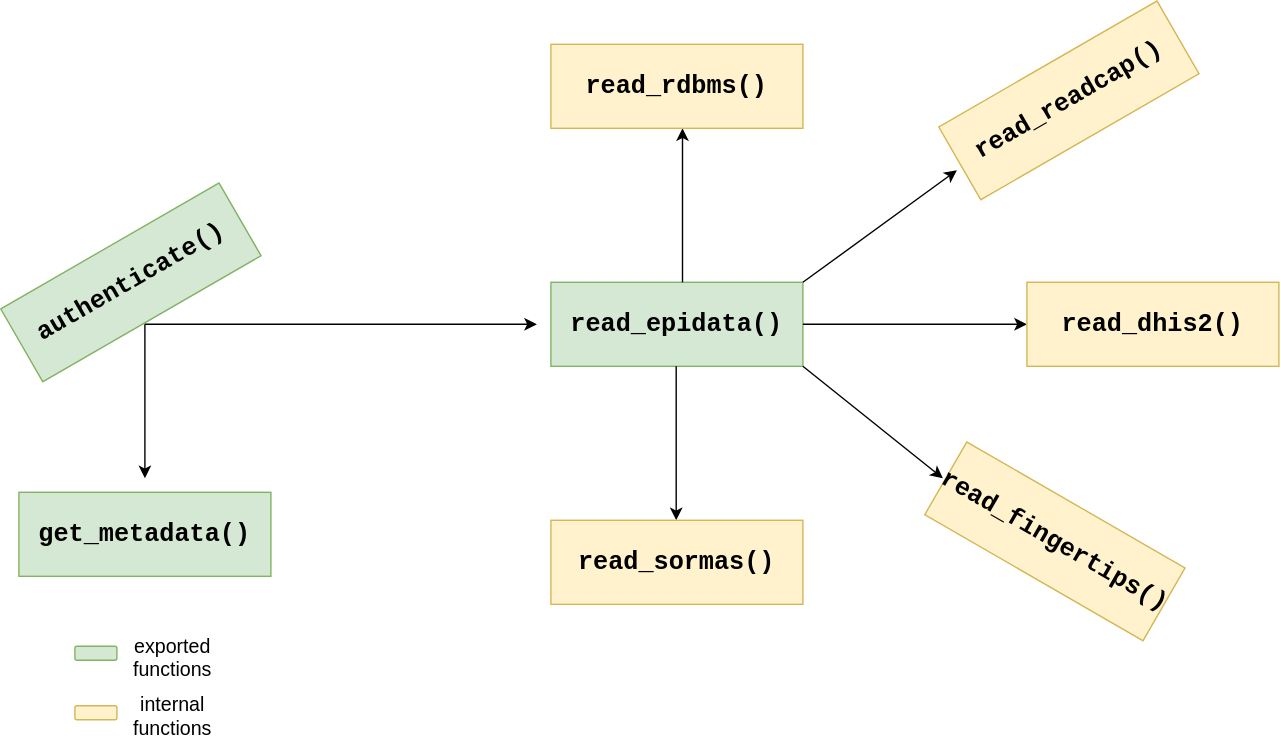
This is man/figures/readepi_design_diagram.drawio.svg from epiverse-trace/readepi, a draw.io export, as it was before one commit. Source tidied: cells renumbered, new cells last; positions are measured from the earlier drawing's top-left corner, leaving out a move shared by most shapes.
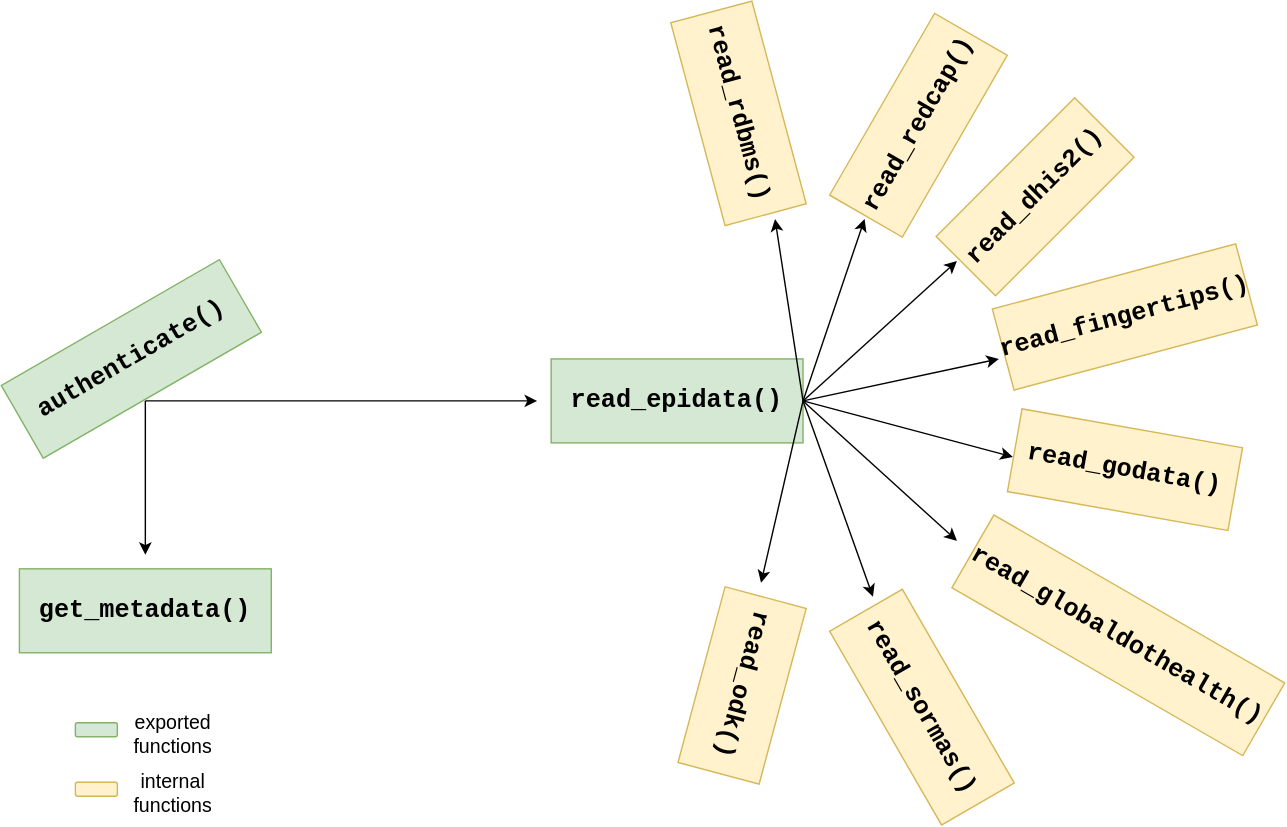
Above is the later version.

Commit message:
update design diagrams

What changed in the source:
```diff
@@ -28,48 +28,47 @@
     </mxCell>
     <mxCell id="8" style="endArrow=classic;html=1;rounded=0;" parent="1" edge="1">
       <mxGeometry relative="1" as="geometry">
-        <mxPoint x="479.5" y="230" as="sourcePoint" />
-        <mxPoint x="479.5" y="340" as="targetPoint" />
+        <mxPoint x="570" y="200" as="sourcePoint" />
+        <mxPoint x="620" y="340" as="targetPoint" />
       </mxGeometry>
     </mxCell>
     <mxCell id="9" style="endArrow=classic;html=1;rounded=0;" parent="1" edge="1">
       <mxGeometry relative="1" as="geometry">
-        <mxPoint x="570" y="230" as="sourcePoint" />
-        <mxPoint x="670" y="310" as="targetPoint" />
+        <mxPoint x="570" y="200" as="sourcePoint" />
+        <mxPoint x="710" y="170" as="targetPoint" />
       </mxGeometry>
     </mxCell>
     <mxCell id="10" style="endArrow=classic;html=1;rounded=0;" parent="1" edge="1">
       <mxGeometry relative="1" as="geometry">
         <mxPoint x="570" y="200" as="sourcePoint" />
-        <mxPoint x="730" y="200" as="targetPoint" />
+        <mxPoint x="680" y="100" as="targetPoint" />
       </mxGeometry>
     </mxCell>
-    <mxCell id="11" style="endArrow=classic;html=1;rounded=0;" parent="1" edge="1">
+    <mxCell id="11" style="endArrow=classic;html=1;rounded=0;exitX=1;exitY=0.5;exitDx=0;exitDy=0;" parent="1" edge="1" source="7">
       <mxGeometry relative="1" as="geometry">
-        <mxPoint x="570" y="170" as="sourcePoint" />
-        <mxPoint x="680" y="90" as="targetPoint" />
+        <mxPoint x="614" y="70" as="targetPoint" />
       </mxGeometry>
     </mxCell>
     <mxCell id="12" style="endArrow=classic;html=1;rounded=0;" parent="1" edge="1">
       <mxGeometry relative="1" as="geometry">
-        <mxPoint x="484" y="170" as="sourcePoint" />
-        <mxPoint x="484" y="60" as="targetPoint" />
+        <mxPoint x="570" y="200" as="sourcePoint" />
+        <mxPoint x="550" y="70" as="targetPoint" />
       </mxGeometry>
     </mxCell>
-    <mxCell id="13" value="&lt;font face=&quot;Courier New&quot; size=&quot;1&quot;&gt;&lt;b style=&quot;font-size: 18px;&quot;&gt;read_rdbms()&lt;/b&gt;&lt;/font&gt;" style="whiteSpace=wrap;html=1;align=center;verticalAlign=middle;newEdgeStyle={&quot;edgeStyle&quot;:&quot;elbowEdgeStyle&quot;,&quot;startArrow&quot;:&quot;none&quot;,&quot;endArrow&quot;:&quot;none&quot;};fillColor=#fff2cc;strokeColor=#d6b656;rotation=0;" parent="1" vertex="1">
-      <mxGeometry x="390" width="180" height="60" as="geometry" />
+    <mxCell id="13" value="&lt;font face=&quot;Courier New&quot; size=&quot;1&quot;&gt;&lt;b style=&quot;font-size: 18px;&quot;&gt;read_rdbms()&lt;/b&gt;&lt;/font&gt;" style="whiteSpace=wrap;html=1;align=center;verticalAlign=middle;newEdgeStyle={&quot;edgeStyle&quot;:&quot;elbowEdgeStyle&quot;,&quot;startArrow&quot;:&quot;none&quot;,&quot;endArrow&quot;:&quot;none&quot;};fillColor=#fff2cc;strokeColor=#d6b656;rotation=75;" parent="1" vertex="1">
+      <mxGeometry x="448.9" y="-35.5" width="150" height="60" as="geometry" />
     </mxCell>
-    <mxCell id="14" value="&lt;font face=&quot;Courier New&quot; size=&quot;1&quot;&gt;&lt;b style=&quot;font-size: 18px;&quot;&gt;read_sormas()&lt;/b&gt;&lt;/font&gt;" style="whiteSpace=wrap;html=1;align=center;verticalAlign=middle;newEdgeStyle={&quot;edgeStyle&quot;:&quot;elbowEdgeStyle&quot;,&quot;startArrow&quot;:&quot;none&quot;,&quot;endArrow&quot;:&quot;none&quot;};fillColor=#fff2cc;strokeColor=#d6b656;rotation=0;" parent="1" vertex="1">
-      <mxGeometry x="390" y="340" width="180" height="60" as="geometry" />
+    <mxCell id="14" value="&lt;font face=&quot;Courier New&quot; size=&quot;1&quot;&gt;&lt;b style=&quot;font-size: 18px;&quot;&gt;read_sormas()&lt;/b&gt;&lt;/font&gt;" style="whiteSpace=wrap;html=1;align=center;verticalAlign=middle;newEdgeStyle={&quot;edgeStyle&quot;:&quot;elbowEdgeStyle&quot;,&quot;startArrow&quot;:&quot;none&quot;,&quot;endArrow&quot;:&quot;none&quot;};fillColor=#fff2cc;strokeColor=#d6b656;rotation=60;" parent="1" vertex="1">
+      <mxGeometry x="575" y="388.8" width="160" height="60" as="geometry" />
     </mxCell>
-    <mxCell id="15" value="&lt;font face=&quot;Courier New&quot; size=&quot;1&quot;&gt;&lt;b style=&quot;font-size: 18px;&quot;&gt;read_dhis2()&lt;/b&gt;&lt;/font&gt;" style="whiteSpace=wrap;html=1;align=center;verticalAlign=middle;newEdgeStyle={&quot;edgeStyle&quot;:&quot;elbowEdgeStyle&quot;,&quot;startArrow&quot;:&quot;none&quot;,&quot;endArrow&quot;:&quot;none&quot;};fillColor=#fff2cc;strokeColor=#d6b656;rotation=0;" parent="1" vertex="1">
-      <mxGeometry x="730" y="170" width="180" height="60" as="geometry" />
+    <mxCell id="15" value="&lt;font face=&quot;Courier New&quot; size=&quot;1&quot;&gt;&lt;b style=&quot;font-size: 18px;&quot;&gt;read_dhis2()&lt;/b&gt;&lt;/font&gt;" style="whiteSpace=wrap;html=1;align=center;verticalAlign=middle;newEdgeStyle={&quot;edgeStyle&quot;:&quot;elbowEdgeStyle&quot;,&quot;startArrow&quot;:&quot;none&quot;,&quot;endArrow&quot;:&quot;none&quot;};fillColor=#fff2cc;strokeColor=#d6b656;rotation=-45;" parent="1" vertex="1">
+      <mxGeometry x="665.9" y="24.1" width="140" height="60" as="geometry" />
     </mxCell>
-    <mxCell id="16" value="&lt;font face=&quot;Courier New&quot; size=&quot;1&quot;&gt;&lt;b style=&quot;font-size: 18px;&quot;&gt;read_fingertips()&lt;/b&gt;&lt;/font&gt;" style="whiteSpace=wrap;html=1;align=center;verticalAlign=middle;newEdgeStyle={&quot;edgeStyle&quot;:&quot;elbowEdgeStyle&quot;,&quot;startArrow&quot;:&quot;none&quot;,&quot;endArrow&quot;:&quot;none&quot;};fillColor=#fff2cc;strokeColor=#d6b656;rotation=30;" parent="1" vertex="1">
-      <mxGeometry x="660" y="325" width="180" height="60" as="geometry" />
+    <mxCell id="16" value="&lt;font face=&quot;Courier New&quot; size=&quot;1&quot;&gt;&lt;b style=&quot;font-size: 18px;&quot;&gt;read_fingertips()&lt;/b&gt;&lt;/font&gt;" style="whiteSpace=wrap;html=1;align=center;verticalAlign=middle;newEdgeStyle={&quot;edgeStyle&quot;:&quot;elbowEdgeStyle&quot;,&quot;startArrow&quot;:&quot;none&quot;,&quot;endArrow&quot;:&quot;none&quot;};fillColor=#fff2cc;strokeColor=#d6b656;rotation=-15;" parent="1" vertex="1">
+      <mxGeometry x="710" y="110" width="180" height="60" as="geometry" />
     </mxCell>
-    <mxCell id="17" value="&lt;font face=&quot;Courier New&quot; size=&quot;1&quot;&gt;&lt;b style=&quot;font-size: 18px;&quot;&gt;read_readcap()&lt;/b&gt;&lt;/font&gt;" style="whiteSpace=wrap;html=1;align=center;verticalAlign=middle;newEdgeStyle={&quot;edgeStyle&quot;:&quot;elbowEdgeStyle&quot;,&quot;startArrow&quot;:&quot;none&quot;,&quot;endArrow&quot;:&quot;none&quot;};fillColor=#fff2cc;strokeColor=#d6b656;rotation=-30;" parent="1" vertex="1">
-      <mxGeometry x="670" y="10" width="180" height="60" as="geometry" />
+    <mxCell id="17" value="&lt;font face=&quot;Courier New&quot; size=&quot;1&quot;&gt;&lt;b style=&quot;font-size: 18px;&quot;&gt;read_redcap()&lt;/b&gt;&lt;/font&gt;" style="whiteSpace=wrap;html=1;align=center;verticalAlign=middle;newEdgeStyle={&quot;edgeStyle&quot;:&quot;elbowEdgeStyle&quot;,&quot;startArrow&quot;:&quot;none&quot;,&quot;endArrow&quot;:&quot;none&quot;};fillColor=#fff2cc;strokeColor=#d6b656;rotation=-60;" parent="1" vertex="1">
+      <mxGeometry x="577.5" y="-27" width="150" height="60" as="geometry" />
     </mxCell>
     <mxCell id="18" style="rounded=1;whiteSpace=wrap;html=1;fillColor=#d5e8d4;strokeColor=#82b366;" parent="1" vertex="1">
       <mxGeometry x="50" y="430" width="30" height="10" as="geometry" />
@@ -83,5 +82,29 @@
     <mxCell id="21" value="&lt;font style=&quot;font-size: 14px;&quot;&gt;internal functions&lt;/font&gt;" style="text;html=1;align=center;verticalAlign=middle;whiteSpace=wrap;rounded=0;" parent="1" vertex="1">
       <mxGeometry x="90" y="465" width="60" height="30" as="geometry" />
     </mxCell>
+    <mxCell id="22" style="endArrow=classic;html=1;rounded=0;exitX=1;exitY=0.5;exitDx=0;exitDy=0;" parent="1" edge="1" source="7">
+      <mxGeometry relative="1" as="geometry">
+        <mxPoint x="720" y="240" as="targetPoint" />
+      </mxGeometry>
+    </mxCell>
+    <mxCell id="23" value="&lt;font face=&quot;Courier New&quot; size=&quot;1&quot;&gt;&lt;b style=&quot;font-size: 18px;&quot;&gt;read_godata()&lt;/b&gt;&lt;/font&gt;" style="whiteSpace=wrap;html=1;align=center;verticalAlign=middle;newEdgeStyle={&quot;edgeStyle&quot;:&quot;elbowEdgeStyle&quot;,&quot;startArrow&quot;:&quot;none&quot;,&quot;endArrow&quot;:&quot;none&quot;};fillColor=#fff2cc;strokeColor=#d6b656;rotation=10;" parent="1" vertex="1">
+      <mxGeometry x="720.1" y="219.1" width="160" height="60" as="geometry" />
+    </mxCell>
+    <mxCell id="24" style="endArrow=classic;html=1;rounded=0;exitX=1;exitY=0.5;exitDx=0;exitDy=0;" parent="1" edge="1" source="7">
+      <mxGeometry relative="1" as="geometry">
+        <mxPoint x="680" y="300" as="targetPoint" />
+      </mxGeometry>
+    </mxCell>
+    <mxCell id="25" value="&lt;font face=&quot;Courier New&quot; size=&quot;1&quot;&gt;&lt;b style=&quot;font-size: 18px;&quot;&gt;read_globaldothealth()&lt;/b&gt;&lt;/font&gt;" style="whiteSpace=wrap;html=1;align=center;verticalAlign=middle;newEdgeStyle={&quot;edgeStyle&quot;:&quot;elbowEdgeStyle&quot;,&quot;startArrow&quot;:&quot;none&quot;,&quot;endArrow&quot;:&quot;none&quot;};fillColor=#fff2cc;strokeColor=#d6b656;rotation=30;" parent="1" vertex="1">
+      <mxGeometry x="675.3" y="337.5" width="240" height="60" as="geometry" />
+    </mxCell>
+    <mxCell id="26" style="endArrow=classic;html=1;rounded=0;exitX=1;exitY=0.5;exitDx=0;exitDy=0;" parent="1" edge="1" source="7">
+      <mxGeometry relative="1" as="geometry">
+        <mxPoint x="540" y="330" as="targetPoint" />
+      </mxGeometry>
+    </mxCell>
+    <mxCell id="27" value="&lt;font face=&quot;Courier New&quot; size=&quot;1&quot;&gt;&lt;b style=&quot;font-size: 18px;&quot;&gt;read_odk()&lt;/b&gt;&lt;/font&gt;" style="whiteSpace=wrap;html=1;align=center;verticalAlign=middle;newEdgeStyle={&quot;edgeStyle&quot;:&quot;elbowEdgeStyle&quot;,&quot;startArrow&quot;:&quot;none&quot;,&quot;endArrow&quot;:&quot;none&quot;};fillColor=#fff2cc;strokeColor=#d6b656;rotation=105;" parent="1" vertex="1">
+      <mxGeometry x="461.5" y="373.4" width="130" height="60" as="geometry" />
+    </mxCell>
   </root>
 </mxGraphModel>
```
